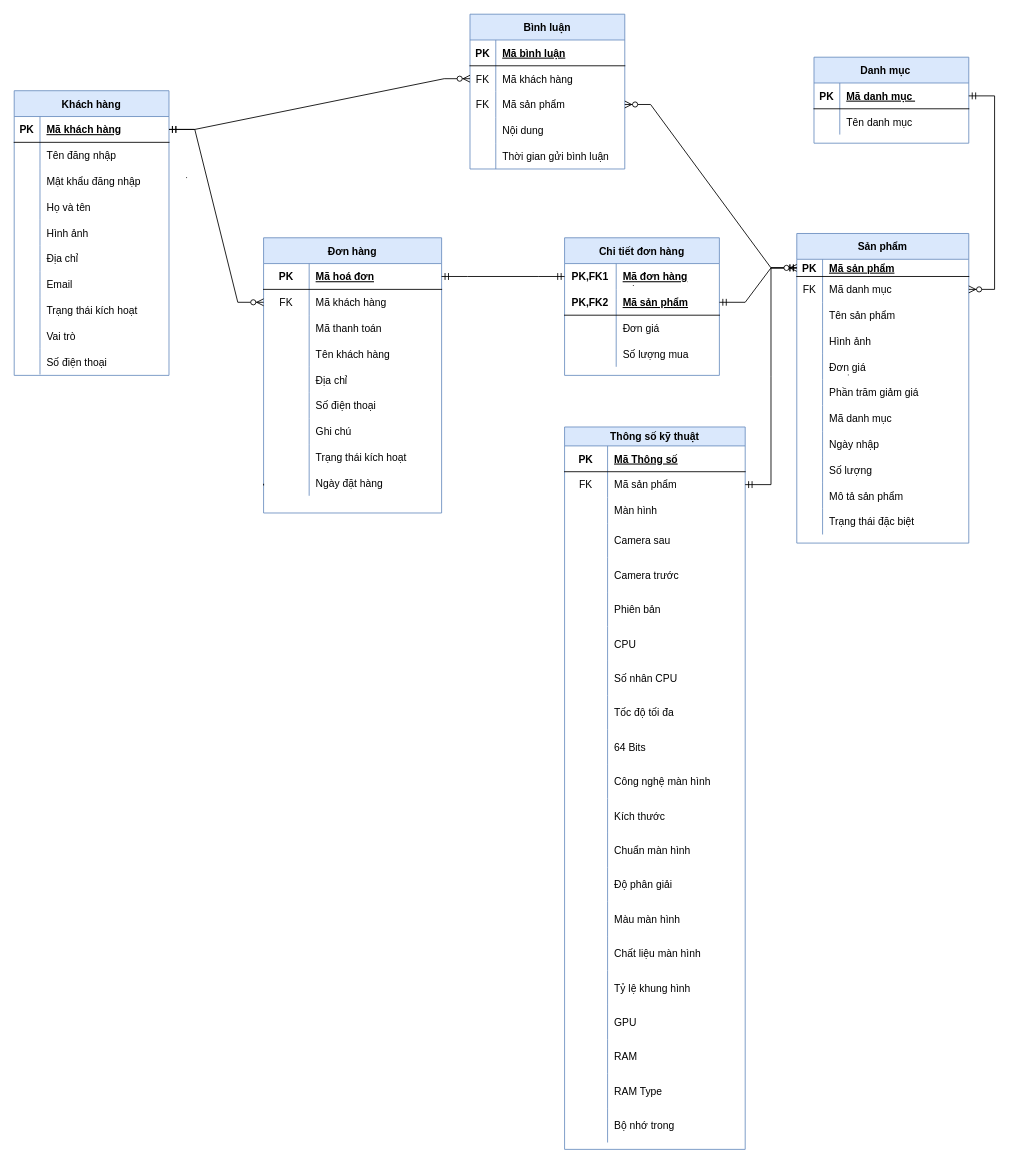
This is Untitled Diagram.drawio from KhoantenKhoan/Team5, a draw.io file, before an edit. Source tidied: cells renumbered, new cells numbered last; positions are measured from the earlier drawing's top-left corner, leaving out a move shared by most shapes. Both pictures are drawn from the tidied source at 86%, with x=0, y=0 at pixel (14, 14).
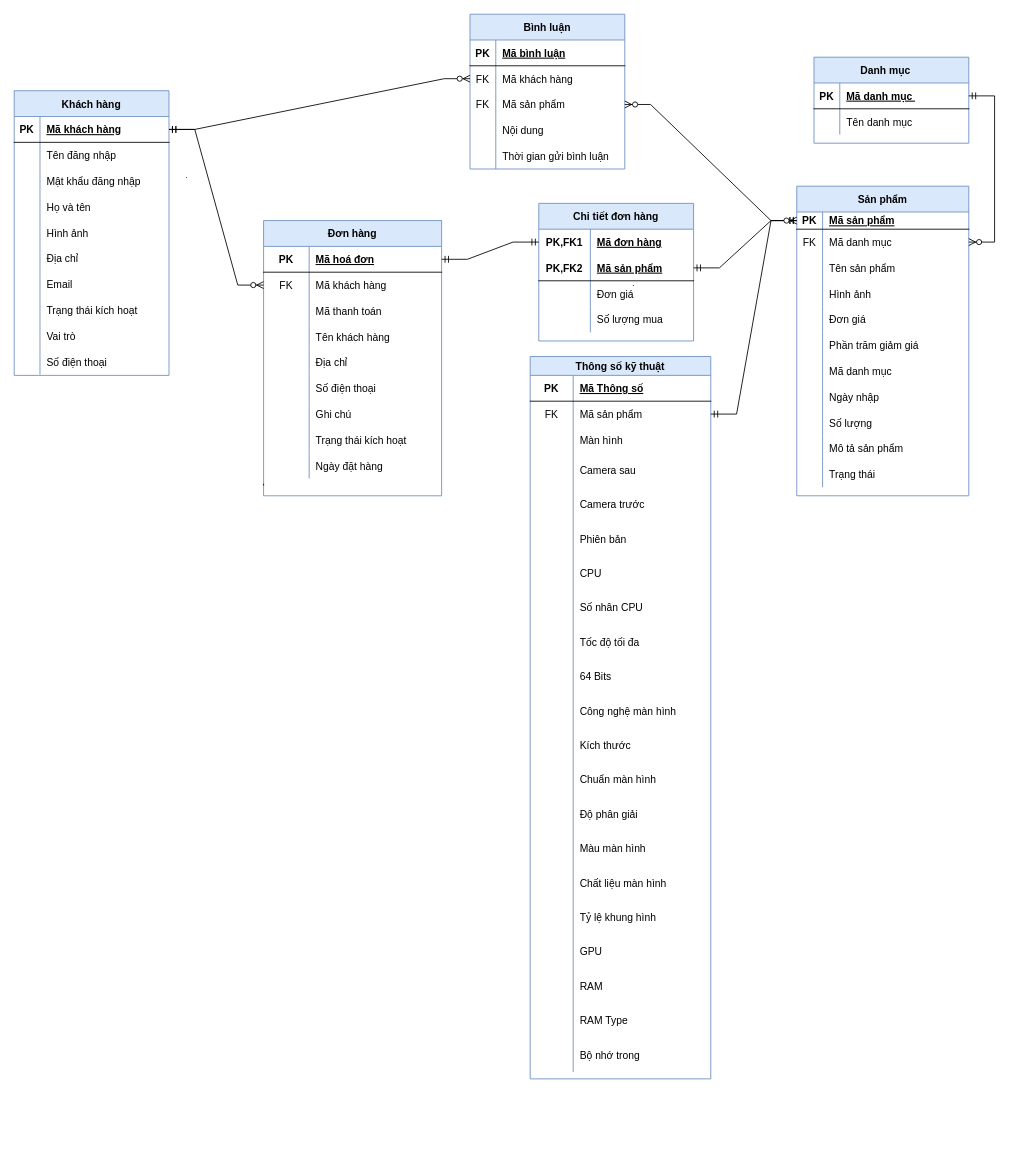
After the change.

Unchanged cells that the change refers to:
```xml
<mxCell id="104" style="shape=partialRectangle;fillColor=none;top=0;left=0;bottom=0;right=0;" parent="73" vertex="1">
  <mxGeometry y="320" width="200" height="30" as="geometry" />
</mxCell>
```

The edit, as a diff of the source:
```diff
@@
     <mxCell id="2" value="Thông số kỹ thuật" style="shape=table;startSize=22;childLayout=tableLayout;rowLines=0;fontStyle=1;align=center;fillColor=#dae8fc;strokeColor=#6c8ebf;" parent="1" vertex="1">
-      <mxGeometry x="640" y="480" width="210" height="840" as="geometry" />
+      <mxGeometry x="600" y="398" width="210" height="840" as="geometry" />
     </mxCell>
@@
     <mxCell id="73" value="Sản phẩm" style="shape=table;startSize=30;childLayout=tableLayout;rowLines=0;fontStyle=1;align=center;fillColor=#dae8fc;strokeColor=#6c8ebf;" parent="1" vertex="1">
-      <mxGeometry x="910" y="255" width="200" height="360" as="geometry" />
+      <mxGeometry x="910" y="200" width="200" height="360" as="geometry" />
     </mxCell>
@@
-    <mxCell id="106" value="Trạng thái đặc biệt" style="shape=partialRectangle;fillColor=none;top=0;left=0;bottom=0;right=0;align=left;spacingLeft=6;overflow=hidden;" parent="104" vertex="1">
+    <mxCell id="106" value="Trạng thái" style="shape=partialRectangle;fillColor=none;top=0;left=0;bottom=0;right=0;align=left;spacingLeft=6;overflow=hidden;" parent="104" vertex="1">
       <mxGeometry x="30" width="170" height="30" as="geometry" />
     </mxCell>
@@
     <mxCell id="138" value="Đơn hàng" style="shape=table;startSize=30;childLayout=tableLayout;rowLines=0;fontStyle=1;align=center;fillColor=#dae8fc;strokeColor=#6c8ebf;" parent="1" vertex="1">
-      <mxGeometry x="290" y="260" width="207" height="320" as="geometry" />
+      <mxGeometry x="290" y="240" width="207" height="320" as="geometry" />
     </mxCell>
@@
     <mxCell id="166" value="Chi tiết đơn hàng" style="shape=table;startSize=30;childLayout=tableLayout;rowLines=0;fontStyle=1;align=center;fillColor=#dae8fc;strokeColor=#6c8ebf;" parent="1" vertex="1">
-      <mxGeometry x="640" y="260" width="180" height="160" as="geometry" />
+      <mxGeometry x="610" y="220" width="180" height="160" as="geometry" />
     </mxCell>
```
